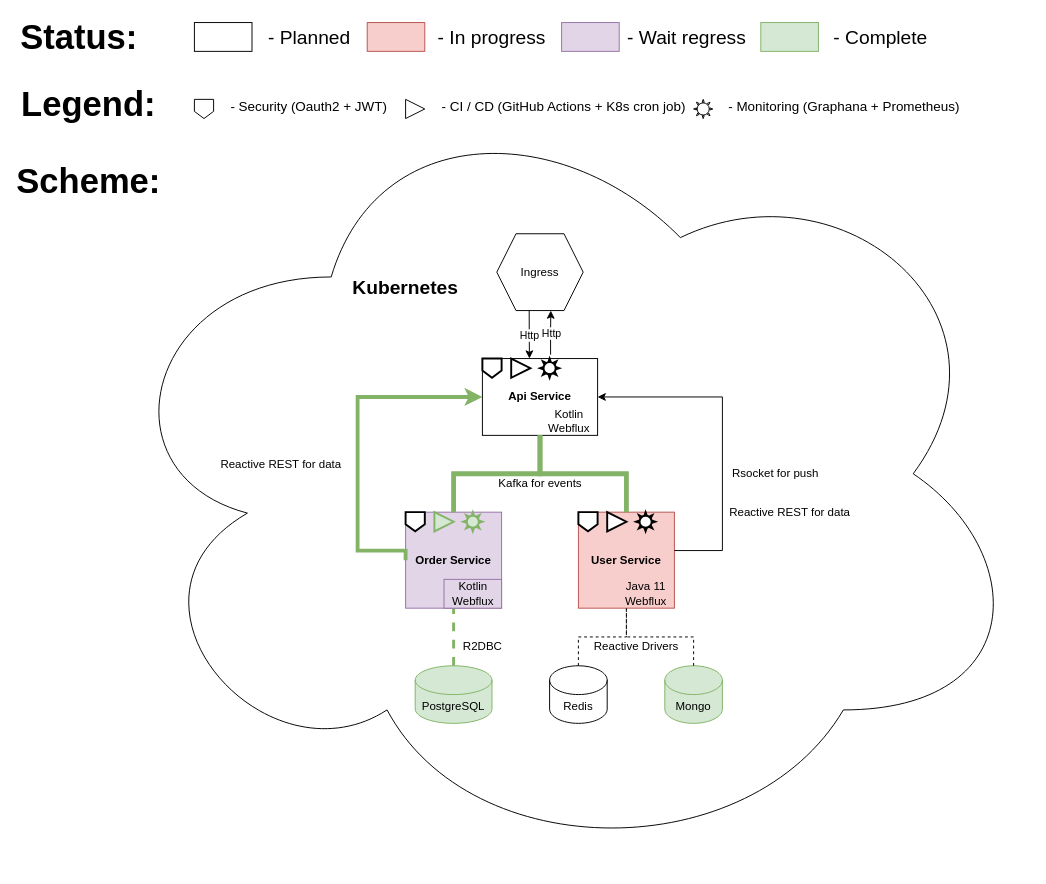
Earlier version of the draw.io diagram docs/Schema.drawio (alexandr-leonov/eda-configuration). Source tidied: cells renumbered, new cells numbered last; positions are measured from the earlier drawing's top-left corner, leaving out a move shared by most shapes. Both pictures are drawn from the tidied source at 96%, with x=0, y=0 at pixel (40, 22).
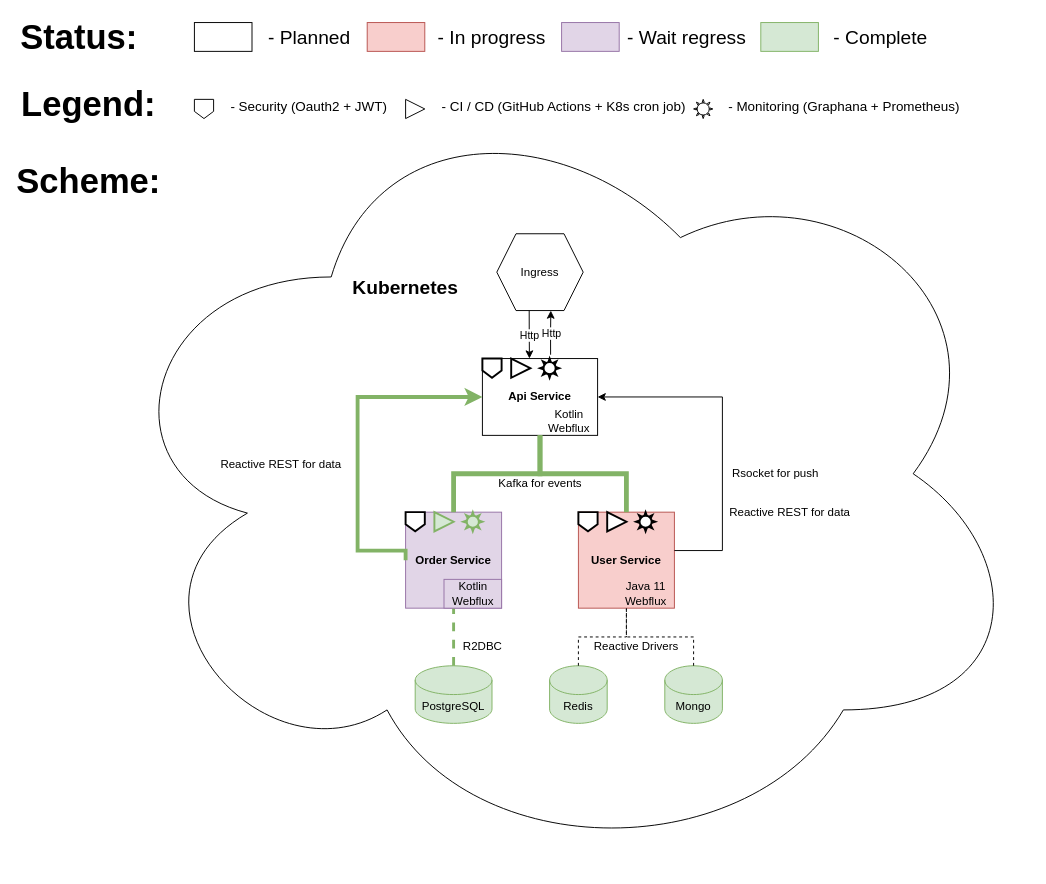
After the change.

Change to the diagram source:
```diff
@@
-    <mxCell id="13" value="Redis" style="shape=cylinder3;whiteSpace=wrap;html=1;boundedLbl=1;backgroundOutline=1;size=15;" parent="1" vertex="1">
+    <mxCell id="13" value="Redis" style="shape=cylinder3;whiteSpace=wrap;html=1;boundedLbl=1;backgroundOutline=1;size=15;fillColor=#d5e8d4;strokeColor=#82b366;" parent="1" vertex="1">
       <mxGeometry x="530" y="670" width="60" height="60" as="geometry" />
     </mxCell>
```
